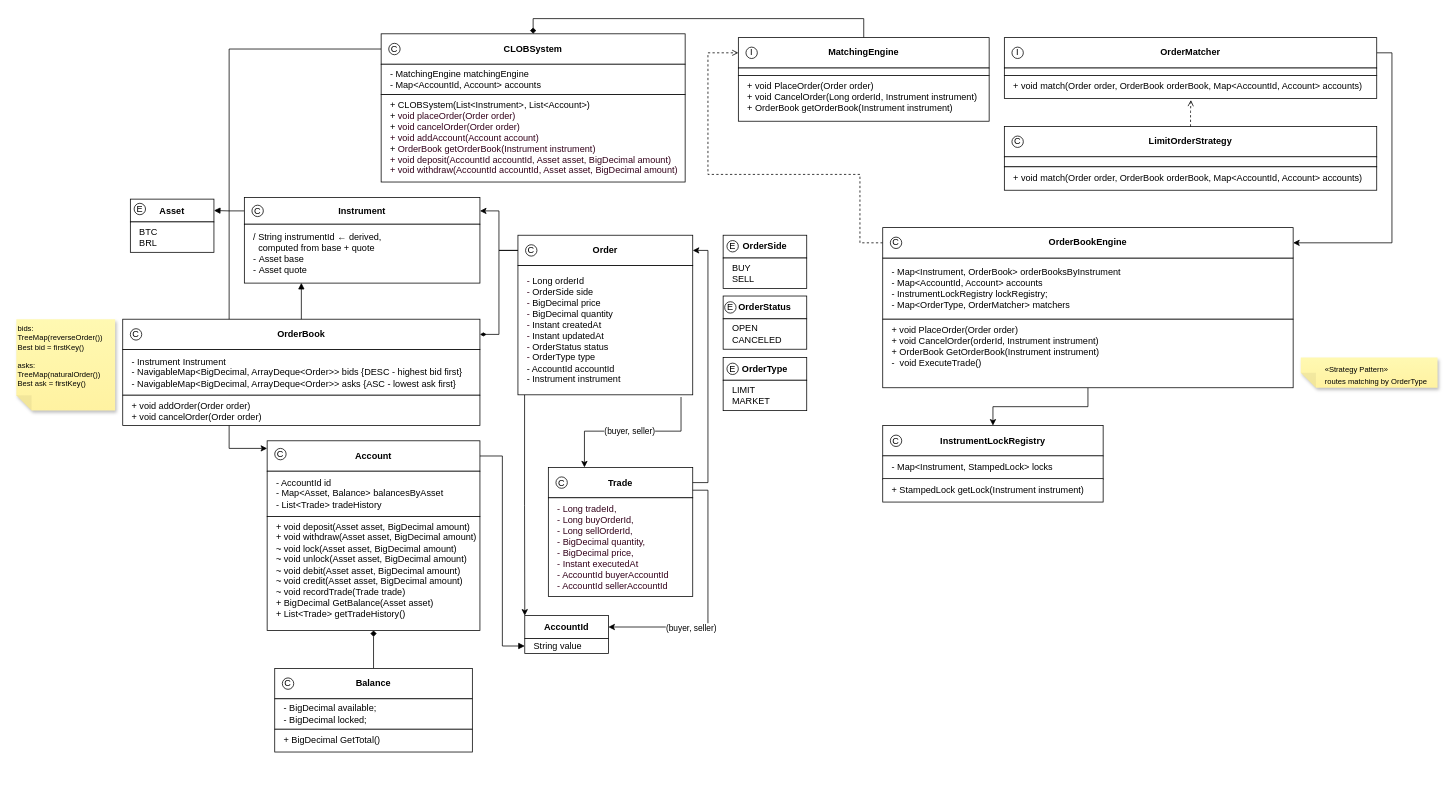
Earlier version of the draw.io diagram docs/object-design.v.0.0.1.drawio (marciopaulosoares/CLOBSystem). Source tidied: cells renumbered, new cells numbered last; positions are measured from the earlier drawing's top-left corner, leaving out a move shared by most shapes. Both pictures are drawn from the tidied source at 76%, with x=0, y=0 at pixel (16, 33).
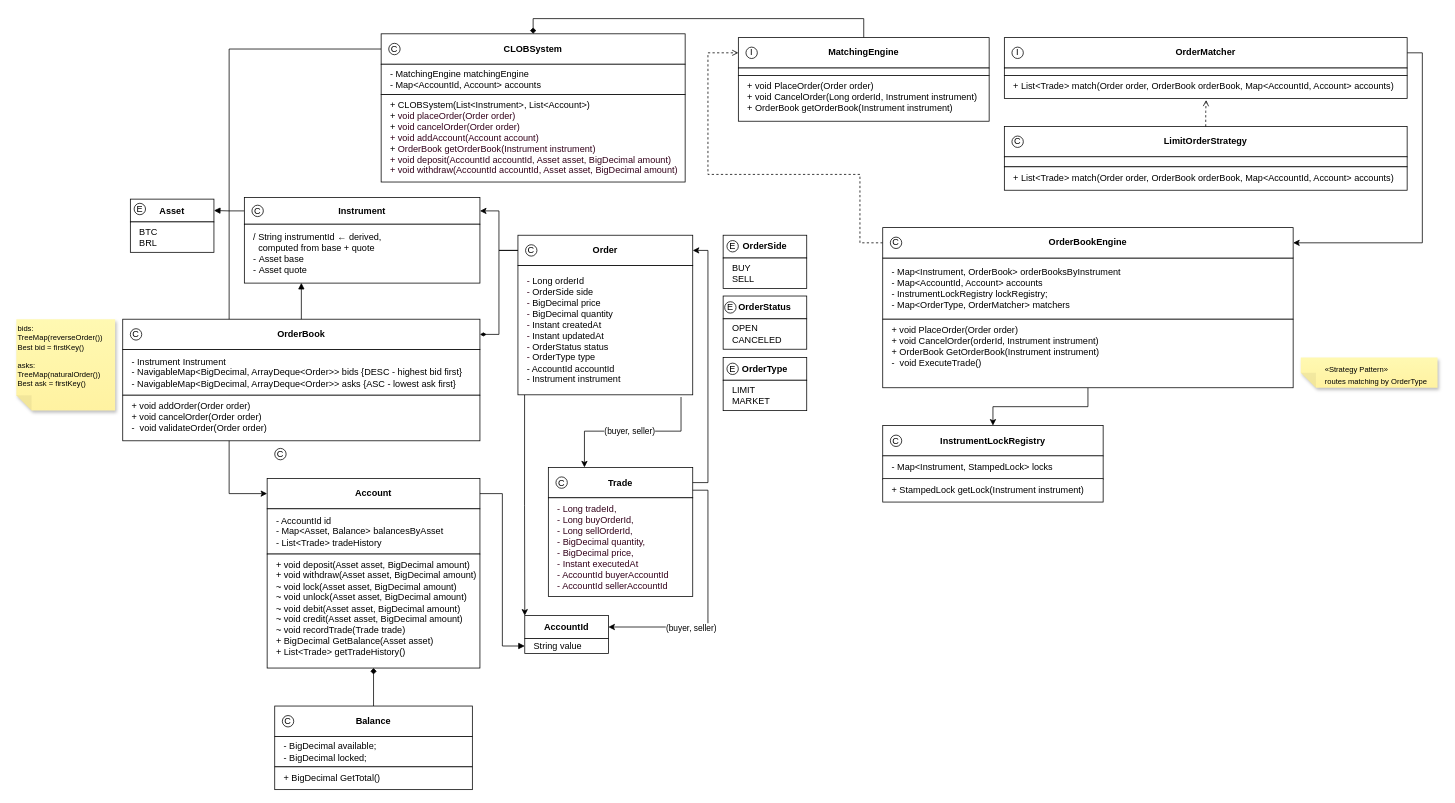
The same page after the edit.

Unchanged cells that the change refers to:
```xml
<mxCell id="87" value="CLOBSystem" style="rounded=0;whiteSpace=wrap;html=1;fontStyle=1;" parent="86" vertex="1">
  <mxGeometry width="400" height="40" as="geometry" />
</mxCell>
```

What changed in the source:
```diff
@@
     <mxCell id="8" value="Account" style="rounded=0;whiteSpace=wrap;html=1;fontStyle=1;" parent="1" vertex="1">
-      <mxGeometry x="330" y="535.5" width="280" height="40" as="geometry" />
+      <mxGeometry x="330" y="585" width="280" height="40" as="geometry" />
     </mxCell>
     <mxCell id="9" value="&lt;div&gt;&lt;span style=&quot;text-align: center; background-color: transparent; color: light-dark(rgb(0, 0, 0), rgb(255, 255, 255));&quot;&gt;- AccountId&lt;/span&gt;&amp;nbsp;id&lt;/div&gt;- Map&amp;lt;Asset, Balance&amp;gt; balancesByAsset&lt;div&gt;- List&amp;lt;Trade&amp;gt; tradeHistory&lt;/div&gt;" style="rounded=0;whiteSpace=wrap;html=1;align=left;spacingLeft=10;" parent="1" vertex="1">
-      <mxGeometry x="330" y="575.5" width="280" height="59.5" as="geometry" />
+      <mxGeometry x="330" y="625" width="280" height="59.5" as="geometry" />
     </mxCell>
@@
     <mxCell id="11" value="&lt;div&gt;+ void deposit(Asset asset, BigDecimal amount)&lt;/div&gt;&lt;div&gt;+ void withdraw(Asset asset, BigDecimal amount)&lt;/div&gt;&lt;div&gt;~ void lock(&lt;span style=&quot;background-color: transparent; color: light-dark(rgb(0, 0, 0), rgb(255, 255, 255));&quot;&gt;Asset&amp;nbsp;&lt;/span&gt;&lt;span style=&quot;background-color: transparent; color: light-dark(rgb(0, 0, 0), rgb(255, 255, 255));&quot;&gt;asset,&amp;nbsp;&lt;/span&gt;&lt;span style=&quot;background-color: transparent; color: light-dark(rgb(0, 0, 0), rgb(255, 255, 255));&quot;&gt;BigDecimal&amp;nbsp;&lt;/span&gt;&lt;span style=&quot;background-color: transparent; color: light-dark(rgb(0, 0, 0), rgb(255, 255, 255));&quot;&gt;amount)&lt;/span&gt;&lt;/div&gt;&lt;div&gt;&lt;span style=&quot;background-color: transparent; color: light-dark(rgb(0, 0, 0), rgb(255, 255, 255));&quot;&gt;~&lt;/span&gt;&lt;span style=&quot;background-color: transparent; color: light-dark(rgb(0, 0, 0), rgb(255, 255, 255));&quot;&gt;&amp;nbsp;&lt;/span&gt;void unlock(&lt;span style=&quot;background-color: transparent; color: light-dark(rgb(0, 0, 0), rgb(255, 255, 255));&quot;&gt;Asset&amp;nbsp;&lt;/span&gt;&lt;span style=&quot;background-color: transparent; color: light-dark(rgb(0, 0, 0), rgb(255, 255, 255));&quot;&gt;asset,&amp;nbsp;&lt;/span&gt;&lt;span style=&quot;background-color: transparent; color: light-dark(rgb(0, 0, 0), rgb(255, 255, 255));&quot;&gt;BigDecimal&amp;nbsp;&lt;/span&gt;&lt;span style=&quot;background-color: transparent; color: light-dark(rgb(0, 0, 0), rgb(255, 255, 255));&quot;&gt;amount)&lt;/span&gt;&lt;/div&gt;&lt;div&gt;&lt;span style=&quot;background-color: transparent; color: light-dark(rgb(0, 0, 0), rgb(255, 255, 255));&quot;&gt;~&lt;/span&gt;&lt;span style=&quot;background-color: transparent; color: light-dark(rgb(0, 0, 0), rgb(255, 255, 255));&quot;&gt;&amp;nbsp;&lt;/span&gt;void debit(&lt;span style=&quot;background-color: transparent; color: light-dark(rgb(0, 0, 0), rgb(255, 255, 255));&quot;&gt;Asset&amp;nbsp;&lt;/span&gt;&lt;span style=&quot;background-color: transparent; color: light-dark(rgb(0, 0, 0), rgb(255, 255, 255));&quot;&gt;asset,&amp;nbsp;&lt;/span&gt;&lt;span style=&quot;background-color: transparent; color: light-dark(rgb(0, 0, 0), rgb(255, 255, 255));&quot;&gt;BigDecimal&amp;nbsp;&lt;/span&gt;&lt;span style=&quot;background-color: transparent; color: light-dark(rgb(0, 0, 0), rgb(255, 255, 255));&quot;&gt;amount)&lt;/span&gt;&lt;/div&gt;&lt;div&gt;&lt;span style=&quot;background-color: transparent; color: light-dark(rgb(0, 0, 0), rgb(255, 255, 255));&quot;&gt;~ void credit(Asset asset, BigDecimal amount)&lt;/span&gt;&lt;/div&gt;&lt;div&gt;~ void recordTrade(Trade trade)&amp;nbsp;&lt;/div&gt;+&amp;nbsp;BigDecimal GetBalance(Asset asset)&lt;div&gt;+ List&amp;lt;Trade&amp;gt; getTradeHistory()&lt;/div&gt;" style="rounded=0;whiteSpace=wrap;html=1;align=left;spacingLeft=10;verticalAlign=top;" parent="1" vertex="1">
-      <mxGeometry x="330" y="635" width="280" height="150" as="geometry" />
+      <mxGeometry x="330" y="684.5" width="280" height="150" as="geometry" />
     </mxCell>
-    <mxCell id="12" style="edgeStyle=orthogonalEdgeStyle;rounded=0;jettySize=auto;html=1;entryX=0;entryY=0.25;entryDx=0;entryDy=0;exitX=0;exitY=0.5;exitDx=0;exitDy=0;" parent="1" edge="1" source="87" target="8">
+    <mxCell id="12" style="edgeStyle=orthogonalEdgeStyle;rounded=0;jettySize=auto;html=1;exitX=0;exitY=0.5;exitDx=0;exitDy=0;entryX=0;entryY=0.5;entryDx=0;entryDy=0;" parent="1" edge="1" source="87" target="8">
       <mxGeometry relative="1" as="geometry">
         <Array as="points">
           <mxPoint x="280" y="20" />
-          <mxPoint x="280" y="546" />
+          <mxPoint x="280" y="605" />
         </Array>
       </mxGeometry>
     </mxCell>
@@
     <mxCell id="22" value="OrderMatcher" style="rounded=0;whiteSpace=wrap;html=1;fontStyle=1;" parent="1" vertex="1">
-      <mxGeometry x="1300" y="5" width="490" height="40" as="geometry" />
+      <mxGeometry x="1300" y="5" width="530" height="40" as="geometry" />
     </mxCell>
-    <mxCell id="23" value="+ void match(Order order, OrderBook orderBook, Map&amp;lt;AccountId, Account&amp;gt; accounts)" style="rounded=0;whiteSpace=wrap;html=1;strokeColor=default;align=left;verticalAlign=top;spacingLeft=10;fontFamily=Helvetica;fontSize=12;fontColor=default;fillColor=default;" parent="1" vertex="1">
-      <mxGeometry x="1300" y="55" width="490" height="30" as="geometry" />
+    <mxCell id="23" value="+ List&amp;lt;Trade&amp;gt; match(Order order, OrderBook orderBook, Map&amp;lt;AccountId, Account&amp;gt; accounts)" style="rounded=0;whiteSpace=wrap;html=1;strokeColor=default;align=left;verticalAlign=top;spacingLeft=10;fontFamily=Helvetica;fontSize=12;fontColor=default;fillColor=default;" parent="1" vertex="1">
+      <mxGeometry x="1300" y="55" width="530" height="30" as="geometry" />
     </mxCell>
     <mxCell id="24" style="rounded=0;whiteSpace=wrap;html=1;" parent="1" vertex="1">
-      <mxGeometry x="1300" y="45" width="490" height="10" as="geometry" />
+      <mxGeometry x="1300" y="45" width="530" height="10" as="geometry" />
     </mxCell>
@@
     <mxCell id="26" style="group;" parent="1" vertex="1">
-      <mxGeometry y="375.5" width="610" height="150" as="geometry" />
+      <mxGeometry y="375.5" width="610" height="160" as="geometry" />
     </mxCell>
@@
-    <mxCell id="29" value="+ void addOrder(Order order)&lt;br&gt;&lt;div&gt;&lt;span style=&quot;background-color: transparent; color: light-dark(rgb(0, 0, 0), rgb(255, 255, 255));&quot;&gt;+&lt;/span&gt;&lt;span style=&quot;background-color: transparent; color: light-dark(rgb(0, 0, 0), rgb(255, 255, 255));&quot;&gt;&amp;nbsp;&lt;/span&gt;void cancelOrder(Order order)&lt;/div&gt;" style="rounded=0;whiteSpace=wrap;html=1;align=left;spacingLeft=10;verticalAlign=top;" parent="26" vertex="1">
-      <mxGeometry x="140" y="100" width="470" height="40" as="geometry" />
+    <mxCell id="29" value="+ void addOrder(Order order)&lt;br&gt;&lt;div&gt;&lt;span style=&quot;background-color: transparent; color: light-dark(rgb(0, 0, 0), rgb(255, 255, 255));&quot;&gt;+&lt;/span&gt;&lt;span style=&quot;background-color: transparent; color: light-dark(rgb(0, 0, 0), rgb(255, 255, 255));&quot;&gt;&amp;nbsp;&lt;/span&gt;void cancelOrder(Order order)&lt;/div&gt;&lt;div&gt;-&amp;nbsp; void validateOrder(Order order)&lt;/div&gt;" style="rounded=0;whiteSpace=wrap;html=1;align=left;spacingLeft=10;verticalAlign=top;" parent="26" vertex="1">
+      <mxGeometry x="140" y="100" width="470" height="60" as="geometry" />
     </mxCell>
@@
     <mxCell id="52" value="LimitOrderStrategy" style="rounded=0;whiteSpace=wrap;html=1;fontStyle=1;" parent="1" vertex="1">
-      <mxGeometry x="1300" y="122" width="490" height="40" as="geometry" />
+      <mxGeometry x="1300" y="122" width="530" height="40" as="geometry" />
     </mxCell>
@@
     <mxCell id="54" style="rounded=0;whiteSpace=wrap;html=1;strokeColor=default;align=left;verticalAlign=middle;spacingLeft=10;fontFamily=Helvetica;fontSize=12;fontColor=default;fillColor=default;" parent="1" vertex="1">
-      <mxGeometry x="1300" y="161.8" width="490" height="13.2" as="geometry" />
+      <mxGeometry x="1300" y="161.8" width="530" height="13.2" as="geometry" />
     </mxCell>
-    <mxCell id="55" value="+ void match(Order order, OrderBook orderBook, Map&amp;lt;AccountId, Account&amp;gt; accounts)" style="rounded=0;whiteSpace=wrap;html=1;strokeColor=default;align=left;verticalAlign=middle;spacingLeft=10;fontFamily=Helvetica;fontSize=12;fontColor=default;fillColor=default;" parent="1" vertex="1">
-      <mxGeometry x="1300" y="175" width="490" height="30.8" as="geometry" />
+    <mxCell id="55" value="+ List&amp;lt;Trade&amp;gt; match(Order order, OrderBook orderBook, Map&amp;lt;AccountId, Account&amp;gt; accounts)" style="rounded=0;whiteSpace=wrap;html=1;strokeColor=default;align=left;verticalAlign=middle;spacingLeft=10;fontFamily=Helvetica;fontSize=12;fontColor=default;fillColor=default;" parent="1" vertex="1">
+      <mxGeometry x="1300" y="175" width="530" height="30.8" as="geometry" />
     </mxCell>
@@
     <mxCell id="81" style="group;" parent="1" vertex="1">
-      <mxGeometry x="340" y="835" width="260" height="110" as="geometry" />
+      <mxGeometry x="340" y="884.5" width="260" height="110" as="geometry" />
     </mxCell>
```
